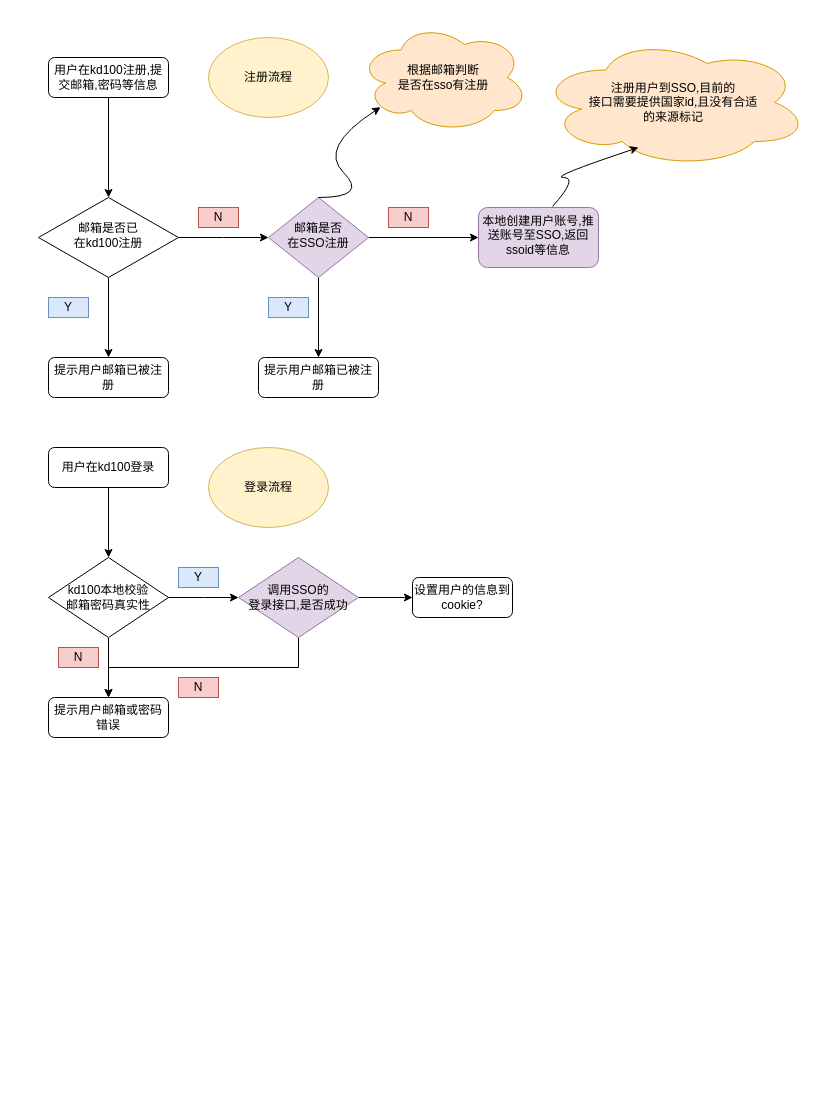
Before: Untitled Diagram.drawio in KAKALZF/image, a draw.io diagram. Source tidied: cells renumbered, new cells numbered last; positions are measured from the earlier drawing's top-left corner, leaving out a move shared by most shapes. Both pictures are drawn from the tidied source at 100%, with x=0, y=0 at pixel (38, 22).
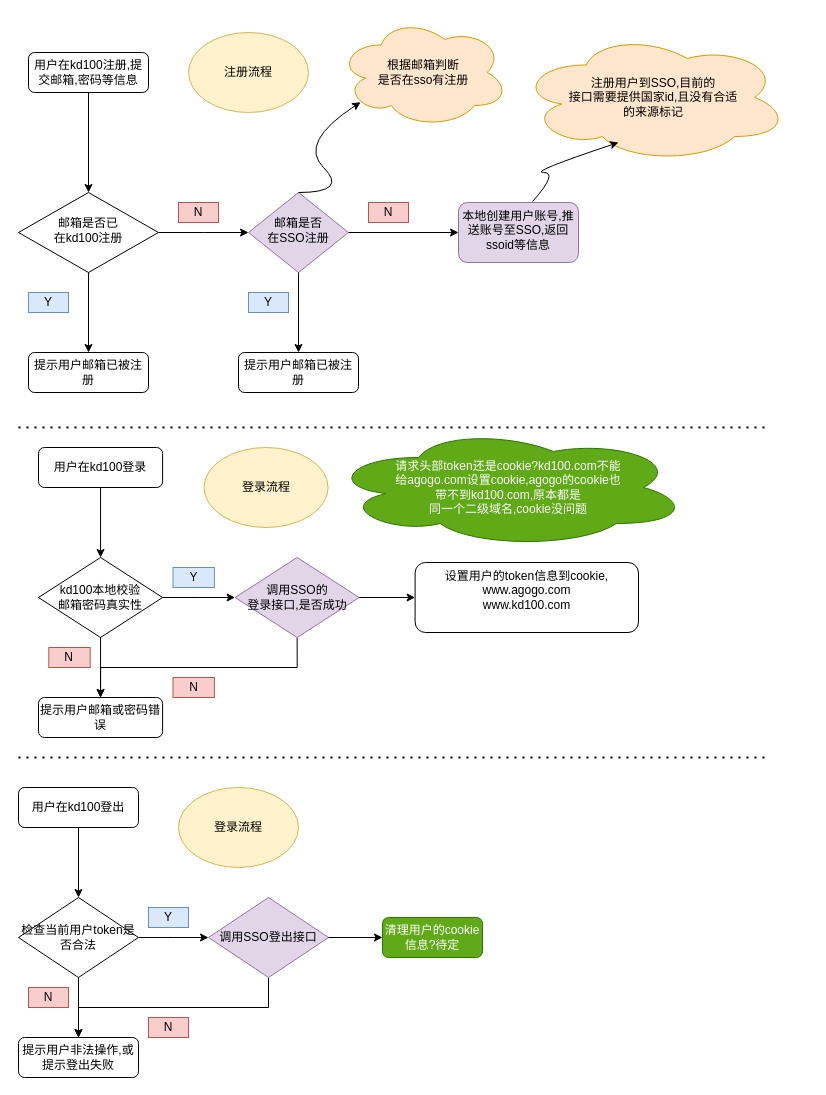
The same page after the edit.

The edit, as a diff of the source:
```diff
@@
-    <mxCell id="2" style="edgeStyle=orthogonalEdgeStyle;rounded=0;jettySize=auto;html=1;exitX=0.5;exitY=1;exitDx=0;exitDy=0;entryX=0.5;entryY=0;entryDx=0;entryDy=0;" parent="1" edge="1" source="3" target="6">
-      <mxGeometry relative="1" as="geometry" />
-    </mxCell>
+    <mxCell id="36" style="group;" parent="1" vertex="1">
+      <mxGeometry y="425" width="650" height="290" as="geometry" />
+    </mxCell>
+    <mxCell id="19" value="用户在kd100登录" style="rounded=1;whiteSpace=wrap;html=1;" parent="36" vertex="1">
+      <mxGeometry width="124.1" height="40" as="geometry" />
+    </mxCell>
+    <mxCell id="20" style="edgeStyle=orthogonalEdgeStyle;rounded=0;jettySize=auto;html=1;exitX=1;exitY=0.5;exitDx=0;exitDy=0;entryX=0;entryY=0.5;entryDx=0;entryDy=0;" parent="36" edge="1" source="22">
+      <mxGeometry relative="1" as="geometry">
+        <mxPoint x="196.6" y="150" as="targetPoint" />
+      </mxGeometry>
+    </mxCell>
+    <mxCell id="22" value="&lt;div&gt;kd100本地校验&lt;/div&gt;&lt;div&gt;邮箱密码真实性&lt;/div&gt;" style="rhombus;whiteSpace=wrap;html=1;" parent="36" vertex="1">
+      <mxGeometry y="110" width="124.1" height="80" as="geometry" />
+    </mxCell>
+    <mxCell id="18" style="edgeStyle=orthogonalEdgeStyle;rounded=0;jettySize=auto;html=1;exitX=0.5;exitY=1;exitDx=0;exitDy=0;entryX=0.5;entryY=0;entryDx=0;entryDy=0;" parent="36" edge="1" source="19" target="22">
+      <mxGeometry relative="1" as="geometry" />
+    </mxCell>
+    <mxCell id="23" value="提示用户邮箱或密码错误" style="rounded=1;whiteSpace=wrap;html=1;" parent="36" vertex="1">
+      <mxGeometry y="250" width="124.1" height="40" as="geometry" />
+    </mxCell>
+    <mxCell id="21" style="edgeStyle=orthogonalEdgeStyle;rounded=0;jettySize=auto;html=1;exitX=0.5;exitY=1;exitDx=0;exitDy=0;entryX=0.5;entryY=0;entryDx=0;entryDy=0;" parent="36" edge="1" source="22" target="23">
+      <mxGeometry relative="1" as="geometry" />
+    </mxCell>
+    <mxCell id="24" value="N" style="text;html=1;strokeColor=#b85450;fillColor=#f8cecc;align=center;verticalAlign=middle;whiteSpace=wrap;rounded=0;" parent="36" vertex="1">
+      <mxGeometry x="10.3" y="200" width="41.4" height="20" as="geometry" />
+    </mxCell>
+    <mxCell id="25" value="Y" style="text;html=1;strokeColor=#6c8ebf;fillColor=#dae8fc;align=center;verticalAlign=middle;whiteSpace=wrap;rounded=0;" parent="36" vertex="1">
+      <mxGeometry x="134.5" y="120" width="41.4" height="20" as="geometry" />
+    </mxCell>
+    <mxCell id="26" style="edgeStyle=orthogonalEdgeStyle;rounded=0;jettySize=auto;html=1;exitX=0.5;exitY=1;exitDx=0;exitDy=0;entryX=0.5;entryY=0;entryDx=0;entryDy=0;" parent="36" edge="1" source="28" target="23">
+      <mxGeometry relative="1" as="geometry" />
+    </mxCell>
+    <mxCell id="28" value="&lt;div&gt;调用SSO的&lt;/div&gt;&lt;div&gt;登录接口,是否成功&lt;/div&gt;" style="rhombus;whiteSpace=wrap;html=1;fillColor=#e1d5e7;strokeColor=#9673a6;" parent="36" vertex="1">
+      <mxGeometry x="196.6" y="110" width="124.1" height="80" as="geometry" />
+    </mxCell>
+    <mxCell id="29" value="N" style="text;html=1;strokeColor=#b85450;fillColor=#f8cecc;align=center;verticalAlign=middle;whiteSpace=wrap;rounded=0;" parent="36" vertex="1">
+      <mxGeometry x="134.5" y="230" width="41.4" height="20" as="geometry" />
+    </mxCell>
+    <mxCell id="30" value="&lt;div align=&quot;center&quot;&gt;设置用户的token信息到cookie,&lt;/div&gt;&lt;div align=&quot;center&quot;&gt;www.agogo.com&lt;/div&gt;&lt;div align=&quot;center&quot;&gt;www.kd100.com&lt;/div&gt;&lt;div align=&quot;center&quot;&gt;&lt;br&gt;&lt;/div&gt;" style="rounded=1;whiteSpace=wrap;html=1;align=center;verticalAlign=middle;" parent="36" vertex="1">
+      <mxGeometry x="376.6" y="115" width="223.4" height="70" as="geometry" />
+    </mxCell>
+    <mxCell id="27" style="edgeStyle=orthogonalEdgeStyle;rounded=0;jettySize=auto;html=1;exitX=1;exitY=0.5;exitDx=0;exitDy=0;entryX=0;entryY=0.5;entryDx=0;entryDy=0;" parent="36" edge="1" source="28" target="30">
+      <mxGeometry relative="1" as="geometry" />
+    </mxCell>
+    <mxCell id="35" value="登录流程" style="ellipse;whiteSpace=wrap;html=1;fillColor=#fff2cc;strokeColor=#d6b656;" parent="36" vertex="1">
+      <mxGeometry x="165.5" width="124.1" height="80" as="geometry" />
+    </mxCell>
+    <mxCell id="37" value="&lt;div&gt;请求头部token还是cookie?kd100.com不能&lt;/div&gt;&lt;div&gt;给agogo.com设置cookie,agogo的cookie也&lt;/div&gt;&lt;div&gt;带不到kd100.com,原本都是&lt;/div&gt;&lt;div&gt;同一个二级域名,cookie没问题&lt;/div&gt;" style="ellipse;shape=cloud;whiteSpace=wrap;html=1;verticalAlign=middle;fillColor=#60a917;strokeColor=#2D7600;fontColor=#ffffff;" parent="36" vertex="1">
+      <mxGeometry x="290" y="-20" width="360" height="120" as="geometry" />
+    </mxCell>
+    <mxCell id="38" style="group;" parent="1" vertex="1">
+      <mxGeometry x="-20" y="-5" width="770" height="375" as="geometry" />
+    </mxCell>
-    <mxCell id="3" value="用户在kd100注册,提交邮箱,密码等信息" style="rounded=1;whiteSpace=wrap;html=1;fontSize=12;glass=0;strokeWidth=1;shadow=0;" parent="1" vertex="1">
+    <mxCell id="3" value="用户在kd100注册,提交邮箱,密码等信息" style="rounded=1;whiteSpace=wrap;html=1;fontSize=12;glass=0;strokeWidth=1;shadow=0;" parent="38" vertex="1">
       <mxGeometry x="10" y="35" width="120" height="40" as="geometry" />
     </mxCell>
-    <mxCell id="4" style="edgeStyle=orthogonalEdgeStyle;rounded=0;jettySize=auto;html=1;exitX=0.5;exitY=1;exitDx=0;exitDy=0;entryX=0.5;entryY=0;entryDx=0;entryDy=0;" parent="1" edge="1" source="6" target="10">
-      <mxGeometry relative="1" as="geometry" />
-    </mxCell>
-    <mxCell id="5" style="edgeStyle=orthogonalEdgeStyle;rounded=0;jettySize=auto;html=1;exitX=1;exitY=0.5;exitDx=0;exitDy=0;entryX=0;entryY=0.5;entryDx=0;entryDy=0;" parent="1" edge="1" source="6">
+    <mxCell id="5" style="edgeStyle=orthogonalEdgeStyle;rounded=0;jettySize=auto;html=1;exitX=1;exitY=0.5;exitDx=0;exitDy=0;entryX=0;entryY=0.5;entryDx=0;entryDy=0;" parent="38" edge="1" source="6">
       <mxGeometry relative="1" as="geometry">
         <mxPoint x="230" y="215" as="targetPoint" />
       </mxGeometry>
     </mxCell>
-    <mxCell id="6" value="&lt;div&gt;邮箱是否已&lt;/div&gt;&lt;div&gt;在kd100注册&lt;/div&gt;" style="rhombus;whiteSpace=wrap;html=1;shadow=0;fontFamily=Helvetica;fontSize=12;align=center;strokeWidth=1;spacing=6;spacingTop=-4;" parent="1" vertex="1">
+    <mxCell id="6" value="&lt;div&gt;邮箱是否已&lt;/div&gt;&lt;div&gt;在kd100注册&lt;/div&gt;" style="rhombus;whiteSpace=wrap;html=1;shadow=0;fontFamily=Helvetica;fontSize=12;align=center;strokeWidth=1;spacing=6;spacingTop=-4;" parent="38" vertex="1">
       <mxGeometry y="175" width="140" height="80" as="geometry" />
     </mxCell>
-    <mxCell id="7" style="edgeStyle=orthogonalEdgeStyle;rounded=0;jettySize=auto;html=1;exitX=0.5;exitY=1;exitDx=0;exitDy=0;entryX=0.5;entryY=0;entryDx=0;entryDy=0;" parent="1" edge="1" source="9" target="13">
-      <mxGeometry relative="1" as="geometry" />
-    </mxCell>
-    <mxCell id="8" style="edgeStyle=orthogonalEdgeStyle;rounded=0;jettySize=auto;html=1;exitX=1;exitY=0.5;exitDx=0;exitDy=0;" parent="1" edge="1" source="9" target="15">
-      <mxGeometry relative="1" as="geometry" />
-    </mxCell>
+    <mxCell id="2" style="edgeStyle=orthogonalEdgeStyle;rounded=0;jettySize=auto;html=1;exitX=0.5;exitY=1;exitDx=0;exitDy=0;entryX=0.5;entryY=0;entryDx=0;entryDy=0;" parent="38" edge="1" source="3" target="6">
+      <mxGeometry relative="1" as="geometry" />
+    </mxCell>
-    <mxCell id="9" value="&lt;div&gt;邮箱是否&lt;/div&gt;&lt;div&gt;在SSO注册&lt;/div&gt;" style="rhombus;whiteSpace=wrap;html=1;shadow=0;fontFamily=Helvetica;fontSize=12;align=center;strokeWidth=1;spacing=6;spacingTop=-4;fillColor=#e1d5e7;strokeColor=#9673a6;" parent="1" vertex="1">
+    <mxCell id="9" value="&lt;div&gt;邮箱是否&lt;/div&gt;&lt;div&gt;在SSO注册&lt;/div&gt;" style="rhombus;whiteSpace=wrap;html=1;shadow=0;fontFamily=Helvetica;fontSize=12;align=center;strokeWidth=1;spacing=6;spacingTop=-4;fillColor=#e1d5e7;strokeColor=#9673a6;" parent="38" vertex="1">
       <mxGeometry x="230" y="175" width="100" height="80" as="geometry" />
     </mxCell>
-    <mxCell id="10" value="提示用户邮箱已被注册" style="rounded=1;whiteSpace=wrap;html=1;fontSize=12;glass=0;strokeWidth=1;shadow=0;" parent="1" vertex="1">
+    <mxCell id="10" value="提示用户邮箱已被注册" style="rounded=1;whiteSpace=wrap;html=1;fontSize=12;glass=0;strokeWidth=1;shadow=0;" parent="38" vertex="1">
       <mxGeometry x="10" y="335" width="120" height="40" as="geometry" />
     </mxCell>
+    <mxCell id="4" style="edgeStyle=orthogonalEdgeStyle;rounded=0;jettySize=auto;html=1;exitX=0.5;exitY=1;exitDx=0;exitDy=0;entryX=0.5;entryY=0;entryDx=0;entryDy=0;" parent="38" edge="1" source="6" target="10">
+      <mxGeometry relative="1" as="geometry" />
+    </mxCell>
-    <mxCell id="11" value="Y" style="text;html=1;strokeColor=#6c8ebf;fillColor=#dae8fc;align=center;verticalAlign=middle;whiteSpace=wrap;rounded=0;" parent="1" vertex="1">
+    <mxCell id="11" value="Y" style="text;html=1;strokeColor=#6c8ebf;fillColor=#dae8fc;align=center;verticalAlign=middle;whiteSpace=wrap;rounded=0;" parent="38" vertex="1">
       <mxGeometry x="10" y="275" width="40" height="20" as="geometry" />
     </mxCell>
-    <mxCell id="12" value="N" style="text;html=1;strokeColor=#b85450;fillColor=#f8cecc;align=center;verticalAlign=middle;whiteSpace=wrap;rounded=0;" parent="1" vertex="1">
+    <mxCell id="12" value="N" style="text;html=1;strokeColor=#b85450;fillColor=#f8cecc;align=center;verticalAlign=middle;whiteSpace=wrap;rounded=0;" parent="38" vertex="1">
       <mxGeometry x="160" y="185" width="40" height="20" as="geometry" />
     </mxCell>
-    <mxCell id="13" value="提示用户邮箱已被注册" style="rounded=1;whiteSpace=wrap;html=1;fontSize=12;glass=0;strokeWidth=1;shadow=0;" parent="1" vertex="1">
+    <mxCell id="13" value="提示用户邮箱已被注册" style="rounded=1;whiteSpace=wrap;html=1;fontSize=12;glass=0;strokeWidth=1;shadow=0;" parent="38" vertex="1">
       <mxGeometry x="220" y="335" width="120" height="40" as="geometry" />
     </mxCell>
+    <mxCell id="7" style="edgeStyle=orthogonalEdgeStyle;rounded=0;jettySize=auto;html=1;exitX=0.5;exitY=1;exitDx=0;exitDy=0;entryX=0.5;entryY=0;entryDx=0;entryDy=0;" parent="38" edge="1" source="9" target="13">
+      <mxGeometry relative="1" as="geometry" />
+    </mxCell>
-    <mxCell id="14" value="Y" style="text;html=1;strokeColor=#6c8ebf;fillColor=#dae8fc;align=center;verticalAlign=middle;whiteSpace=wrap;rounded=0;" parent="1" vertex="1">
+    <mxCell id="14" value="Y" style="text;html=1;strokeColor=#6c8ebf;fillColor=#dae8fc;align=center;verticalAlign=middle;whiteSpace=wrap;rounded=0;" parent="38" vertex="1">
       <mxGeometry x="230" y="275" width="40" height="20" as="geometry" />
     </mxCell>
-    <mxCell id="15" value="本地创建用户账号,推送账号至SSO,返回ssoid等信息" style="rounded=1;whiteSpace=wrap;html=1;align=center;verticalAlign=top;fillColor=#e1d5e7;strokeColor=#9673a6;" parent="1" vertex="1">
+    <mxCell id="15" value="本地创建用户账号,推送账号至SSO,返回ssoid等信息" style="rounded=1;whiteSpace=wrap;html=1;align=center;verticalAlign=top;fillColor=#e1d5e7;strokeColor=#9673a6;" parent="38" vertex="1">
       <mxGeometry x="440" y="185" width="120" height="60" as="geometry" />
     </mxCell>
+    <mxCell id="8" style="edgeStyle=orthogonalEdgeStyle;rounded=0;jettySize=auto;html=1;exitX=1;exitY=0.5;exitDx=0;exitDy=0;" parent="38" edge="1" source="9" target="15">
+      <mxGeometry relative="1" as="geometry" />
+    </mxCell>
-    <mxCell id="16" value="N" style="text;html=1;strokeColor=#b85450;fillColor=#f8cecc;align=center;verticalAlign=middle;whiteSpace=wrap;rounded=0;" parent="1" vertex="1">
+    <mxCell id="16" value="N" style="text;html=1;strokeColor=#b85450;fillColor=#f8cecc;align=center;verticalAlign=middle;whiteSpace=wrap;rounded=0;" parent="38" vertex="1">
       <mxGeometry x="350" y="185" width="40" height="20" as="geometry" />
     </mxCell>
-    <mxCell id="17" value="注册流程" style="ellipse;whiteSpace=wrap;html=1;fillColor=#fff2cc;strokeColor=#d6b656;" parent="1" vertex="1">
+    <mxCell id="17" value="注册流程" style="ellipse;whiteSpace=wrap;html=1;fillColor=#fff2cc;strokeColor=#d6b656;" parent="38" vertex="1">
       <mxGeometry x="170" y="15" width="120" height="80" as="geometry" />
     </mxCell>
-    <mxCell id="18" style="edgeStyle=orthogonalEdgeStyle;rounded=0;jettySize=auto;html=1;exitX=0.5;exitY=1;exitDx=0;exitDy=0;entryX=0.5;entryY=0;entryDx=0;entryDy=0;" parent="1" edge="1" source="19" target="22">
-      <mxGeometry relative="1" as="geometry" />
-    </mxCell>
-    <mxCell id="19" value="用户在kd100登录" style="rounded=1;whiteSpace=wrap;html=1;" parent="1" vertex="1">
-      <mxGeometry x="10" y="425" width="120" height="40" as="geometry" />
-    </mxCell>
-    <mxCell id="20" style="edgeStyle=orthogonalEdgeStyle;rounded=0;jettySize=auto;html=1;exitX=1;exitY=0.5;exitDx=0;exitDy=0;entryX=0;entryY=0.5;entryDx=0;entryDy=0;" parent="1" edge="1" source="22">
-      <mxGeometry relative="1" as="geometry">
-        <mxPoint x="200" y="575" as="targetPoint" />
-      </mxGeometry>
-    </mxCell>
-    <mxCell id="21" style="edgeStyle=orthogonalEdgeStyle;rounded=0;jettySize=auto;html=1;exitX=0.5;exitY=1;exitDx=0;exitDy=0;entryX=0.5;entryY=0;entryDx=0;entryDy=0;" parent="1" edge="1" source="22" target="23">
-      <mxGeometry relative="1" as="geometry" />
-    </mxCell>
-    <mxCell id="22" value="&lt;div&gt;kd100本地校验&lt;/div&gt;&lt;div&gt;邮箱密码真实性&lt;/div&gt;" style="rhombus;whiteSpace=wrap;html=1;" parent="1" vertex="1">
-      <mxGeometry x="10" y="535" width="120" height="80" as="geometry" />
-    </mxCell>
-    <mxCell id="23" value="提示用户邮箱或密码错误" style="rounded=1;whiteSpace=wrap;html=1;" parent="1" vertex="1">
-      <mxGeometry x="10" y="675" width="120" height="40" as="geometry" />
-    </mxCell>
-    <mxCell id="24" value="N" style="text;html=1;strokeColor=#b85450;fillColor=#f8cecc;align=center;verticalAlign=middle;whiteSpace=wrap;rounded=0;" parent="1" vertex="1">
-      <mxGeometry x="20" y="625" width="40" height="20" as="geometry" />
-    </mxCell>
-    <mxCell id="25" value="Y" style="text;html=1;strokeColor=#6c8ebf;fillColor=#dae8fc;align=center;verticalAlign=middle;whiteSpace=wrap;rounded=0;" parent="1" vertex="1">
-      <mxGeometry x="140" y="545" width="40" height="20" as="geometry" />
-    </mxCell>
-    <mxCell id="26" style="edgeStyle=orthogonalEdgeStyle;rounded=0;jettySize=auto;html=1;exitX=0.5;exitY=1;exitDx=0;exitDy=0;entryX=0.5;entryY=0;entryDx=0;entryDy=0;" parent="1" edge="1" source="28" target="23">
-      <mxGeometry relative="1" as="geometry" />
-    </mxCell>
-    <mxCell id="27" style="edgeStyle=orthogonalEdgeStyle;rounded=0;jettySize=auto;html=1;exitX=1;exitY=0.5;exitDx=0;exitDy=0;entryX=0;entryY=0.5;entryDx=0;entryDy=0;" parent="1" edge="1" source="28" target="30">
-      <mxGeometry relative="1" as="geometry" />
-    </mxCell>
-    <mxCell id="28" value="&lt;div&gt;调用SSO的&lt;/div&gt;&lt;div&gt;登录接口,是否成功&lt;/div&gt;" style="rhombus;whiteSpace=wrap;html=1;fillColor=#e1d5e7;strokeColor=#9673a6;" parent="1" vertex="1">
-      <mxGeometry x="200" y="535" width="120" height="80" as="geometry" />
-    </mxCell>
-    <mxCell id="29" value="N" style="text;html=1;strokeColor=#b85450;fillColor=#f8cecc;align=center;verticalAlign=middle;whiteSpace=wrap;rounded=0;" parent="1" vertex="1">
-      <mxGeometry x="140" y="655" width="40" height="20" as="geometry" />
-    </mxCell>
-    <mxCell id="30" value="设置用户的信息到cookie?" style="rounded=1;whiteSpace=wrap;html=1;" parent="1" vertex="1">
-      <mxGeometry x="374" y="555" width="100" height="40" as="geometry" />
-    </mxCell>
-    <mxCell id="31" value="&lt;div&gt;根据邮箱判断&lt;/div&gt;&lt;div&gt;是否在sso有注册&lt;/div&gt;" style="ellipse;shape=cloud;whiteSpace=wrap;html=1;fillColor=#ffe6cc;strokeColor=#d79b00;" parent="1" vertex="1">
+    <mxCell id="31" value="&lt;div&gt;根据邮箱判断&lt;/div&gt;&lt;div&gt;是否在sso有注册&lt;/div&gt;" style="ellipse;shape=cloud;whiteSpace=wrap;html=1;fillColor=#ffe6cc;strokeColor=#d79b00;" parent="38" vertex="1">
       <mxGeometry x="320" width="170" height="110" as="geometry" />
     </mxCell>
-    <mxCell id="32" value="&lt;div align=&quot;center&quot;&gt;注册用户到SSO,目前的&lt;/div&gt;&lt;div align=&quot;center&quot;&gt;接口需要提供国家id,且没有合适&lt;/div&gt;&lt;div align=&quot;center&quot;&gt;的来源标记&lt;/div&gt;" style="ellipse;shape=cloud;whiteSpace=wrap;html=1;align=center;fillColor=#ffe6cc;strokeColor=#d79b00;" parent="1" vertex="1">
+    <mxCell id="32" value="&lt;div align=&quot;center&quot;&gt;注册用户到SSO,目前的&lt;/div&gt;&lt;div align=&quot;center&quot;&gt;接口需要提供国家id,且没有合适&lt;/div&gt;&lt;div align=&quot;center&quot;&gt;的来源标记&lt;/div&gt;" style="ellipse;shape=cloud;whiteSpace=wrap;html=1;align=center;fillColor=#ffe6cc;strokeColor=#d79b00;" parent="38" vertex="1">
       <mxGeometry x="500" y="15" width="270" height="130" as="geometry" />
     </mxCell>
-    <mxCell id="33" style="curved=1;endArrow=classic;html=1;entryX=0.13;entryY=0.77;entryDx=0;entryDy=0;entryPerimeter=0;" parent="1" edge="1" target="31">
+    <mxCell id="33" style="curved=1;endArrow=classic;html=1;entryX=0.13;entryY=0.77;entryDx=0;entryDy=0;entryPerimeter=0;" parent="38" edge="1" target="31">
       <mxGeometry relative="1" as="geometry">
         <mxPoint x="280" y="175" as="sourcePoint" />
         <Array as="points">
           <mxPoint x="330" y="175" />
           <mxPoint x="280" y="125" />
         </Array>
       </mxGeometry>
     </mxCell>
-    <mxCell id="34" style="curved=1;endArrow=classic;html=1;exitX=0.617;exitY=-0.017;exitDx=0;exitDy=0;exitPerimeter=0;" parent="1" edge="1" source="15">
+    <mxCell id="34" style="curved=1;endArrow=classic;html=1;exitX=0.617;exitY=-0.017;exitDx=0;exitDy=0;exitPerimeter=0;" parent="38" edge="1" source="15">
       <mxGeometry relative="1" as="geometry">
         <mxPoint x="600" y="125" as="targetPoint" />
         <Array as="points">
           <mxPoint x="540" y="155" />
           <mxPoint x="510" y="155" />
         </Array>
       </mxGeometry>
     </mxCell>
-    <mxCell id="35" value="登录流程" style="ellipse;whiteSpace=wrap;html=1;fillColor=#fff2cc;strokeColor=#d6b656;" parent="1" vertex="1">
-      <mxGeometry x="170" y="425" width="120" height="80" as="geometry" />
-    </mxCell>
+    <mxCell id="39" style="endArrow=none;dashed=1;html=1;dashPattern=1 3;strokeWidth=2;" parent="1" edge="1">
+      <mxGeometry relative="1" as="geometry">
+        <mxPoint x="-20" y="405" as="sourcePoint" />
+        <mxPoint x="730" y="405" as="targetPoint" />
+      </mxGeometry>
+    </mxCell>
+    <mxCell id="40" style="endArrow=none;dashed=1;html=1;dashPattern=1 3;strokeWidth=2;" parent="1" edge="1">
+      <mxGeometry relative="1" as="geometry">
+        <mxPoint x="-20" y="735" as="sourcePoint" />
+        <mxPoint x="730" y="735" as="targetPoint" />
+      </mxGeometry>
+    </mxCell>
+    <mxCell id="41" style="group;" parent="1" vertex="1">
+      <mxGeometry x="-20" y="765" width="464" height="290" as="geometry" />
+    </mxCell>
+    <mxCell id="42" value="用户在kd100登出" style="rounded=1;whiteSpace=wrap;html=1;" parent="41" vertex="1">
+      <mxGeometry width="120" height="40" as="geometry" />
+    </mxCell>
+    <mxCell id="43" style="edgeStyle=orthogonalEdgeStyle;rounded=0;jettySize=auto;html=1;exitX=1;exitY=0.5;exitDx=0;exitDy=0;entryX=0;entryY=0.5;entryDx=0;entryDy=0;" parent="41" edge="1" source="44">
+      <mxGeometry relative="1" as="geometry">
+        <mxPoint x="190" y="150" as="targetPoint" />
+      </mxGeometry>
+    </mxCell>
+    <mxCell id="44" value="检查当前用户token是否合法" style="rhombus;whiteSpace=wrap;html=1;" parent="41" vertex="1">
+      <mxGeometry y="110" width="120" height="80" as="geometry" />
+    </mxCell>
+    <mxCell id="45" style="edgeStyle=orthogonalEdgeStyle;rounded=0;jettySize=auto;html=1;exitX=0.5;exitY=1;exitDx=0;exitDy=0;entryX=0.5;entryY=0;entryDx=0;entryDy=0;" parent="41" edge="1" source="42" target="44">
+      <mxGeometry relative="1" as="geometry" />
+    </mxCell>
+    <mxCell id="46" value="提示用户非法操作,或提示登出失败" style="rounded=1;whiteSpace=wrap;html=1;" parent="41" vertex="1">
+      <mxGeometry y="250" width="120" height="40" as="geometry" />
+    </mxCell>
+    <mxCell id="47" style="edgeStyle=orthogonalEdgeStyle;rounded=0;jettySize=auto;html=1;exitX=0.5;exitY=1;exitDx=0;exitDy=0;entryX=0.5;entryY=0;entryDx=0;entryDy=0;" parent="41" edge="1" source="44" target="46">
+      <mxGeometry relative="1" as="geometry" />
+    </mxCell>
+    <mxCell id="48" value="N" style="text;html=1;strokeColor=#b85450;fillColor=#f8cecc;align=center;verticalAlign=middle;whiteSpace=wrap;rounded=0;" parent="41" vertex="1">
+      <mxGeometry x="10" y="200" width="40" height="20" as="geometry" />
+    </mxCell>
+    <mxCell id="49" value="Y" style="text;html=1;strokeColor=#6c8ebf;fillColor=#dae8fc;align=center;verticalAlign=middle;whiteSpace=wrap;rounded=0;" parent="41" vertex="1">
+      <mxGeometry x="130" y="120" width="40" height="20" as="geometry" />
+    </mxCell>
+    <mxCell id="50" style="edgeStyle=orthogonalEdgeStyle;rounded=0;jettySize=auto;html=1;exitX=0.5;exitY=1;exitDx=0;exitDy=0;entryX=0.5;entryY=0;entryDx=0;entryDy=0;" parent="41" edge="1" source="51" target="46">
+      <mxGeometry relative="1" as="geometry" />
+    </mxCell>
+    <mxCell id="51" value="调用SSO登出接口" style="rhombus;whiteSpace=wrap;html=1;fillColor=#e1d5e7;strokeColor=#9673a6;" parent="41" vertex="1">
+      <mxGeometry x="190" y="110" width="120" height="80" as="geometry" />
+    </mxCell>
+    <mxCell id="52" value="N" style="text;html=1;strokeColor=#b85450;fillColor=#f8cecc;align=center;verticalAlign=middle;whiteSpace=wrap;rounded=0;" parent="41" vertex="1">
+      <mxGeometry x="130" y="230" width="40" height="20" as="geometry" />
+    </mxCell>
+    <mxCell id="53" value="清理用户的cookie信息?待定" style="rounded=1;whiteSpace=wrap;html=1;fillColor=#60a917;strokeColor=#2D7600;fontColor=#ffffff;" parent="41" vertex="1">
+      <mxGeometry x="364" y="130" width="100" height="40" as="geometry" />
+    </mxCell>
+    <mxCell id="54" style="edgeStyle=orthogonalEdgeStyle;rounded=0;jettySize=auto;html=1;exitX=1;exitY=0.5;exitDx=0;exitDy=0;entryX=0;entryY=0.5;entryDx=0;entryDy=0;" parent="41" edge="1" source="51" target="53">
+      <mxGeometry relative="1" as="geometry" />
+    </mxCell>
+    <mxCell id="55" value="登录流程" style="ellipse;whiteSpace=wrap;html=1;fillColor=#fff2cc;strokeColor=#d6b656;" parent="41" vertex="1">
+      <mxGeometry x="160" width="120" height="80" as="geometry" />
+    </mxCell>
```
